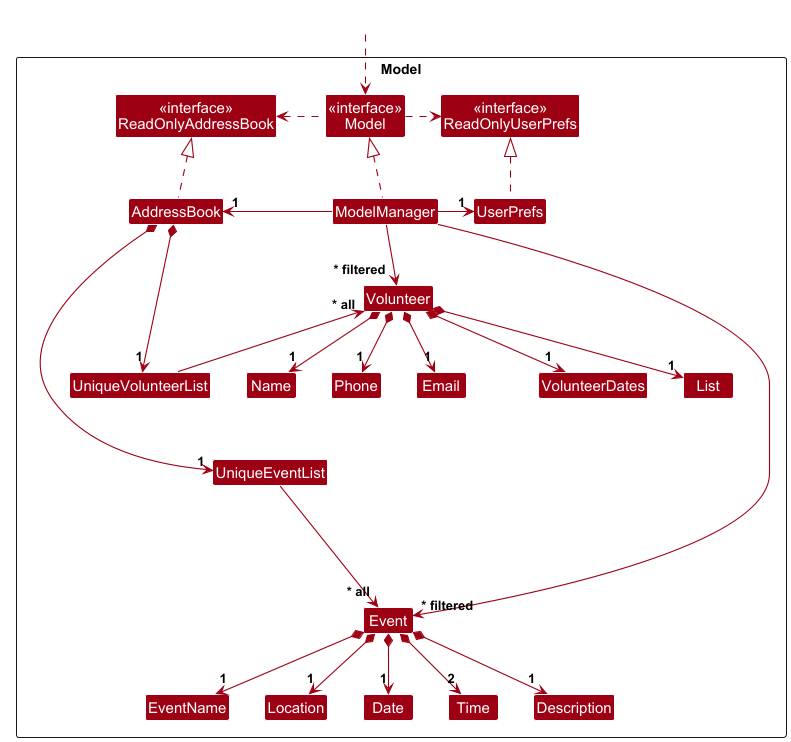
Earlier version of the PlantUML export docs/images/ModelClassDiagram.png (nus-cs2103-AY2425S1/tp).
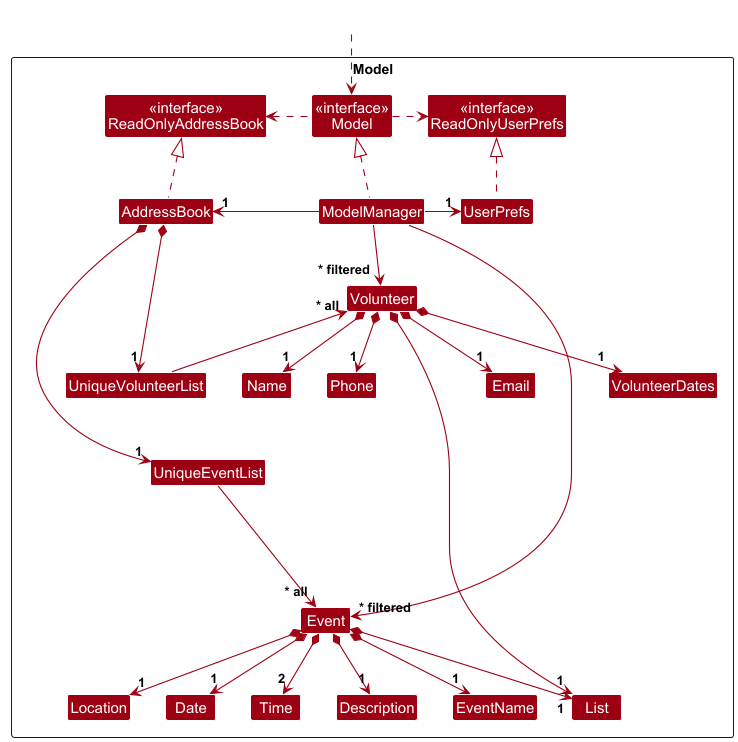
Later version of the same file.

Commit message:
Update use cases

Diff of the diagram source:
```diff
@@ -27,6 +27,7 @@
   Class Date
   Class Time
   Class Description
+  Class List
 
   Class I #FFFFFF
 }
@@ -58,6 +59,7 @@
 Event *--> "1" Date
 Event *--> "2" Time
 Event *--> "1" Description
+Event *--> "1" List
 
 Volunteer -[hidden]up--> I
 Event -[hidden]up--> I
```
